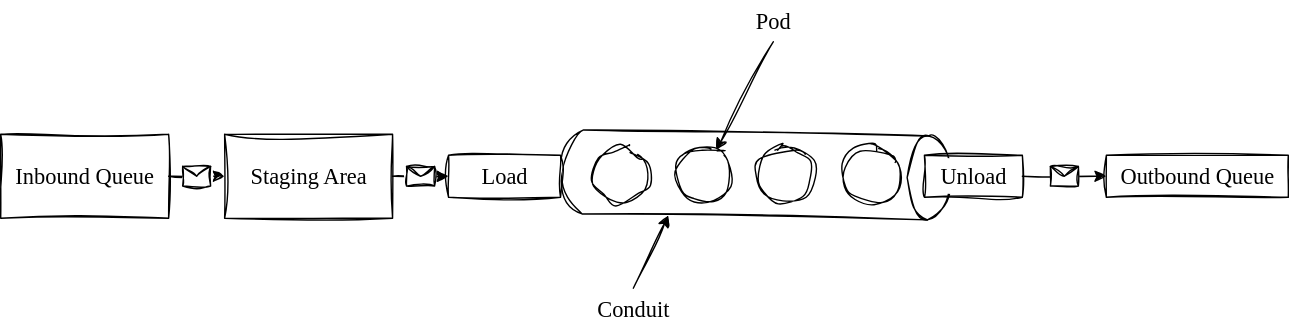
Before: docs/assets/images/srloader-Conduit.drawio.svg, a diagram exported from draw.io (calhuskerfan/calhuskerfan.github.io). Source tidied: cells renumbered, new cells last; positions are measured from the earlier drawing's top-left corner, leaving out a move shared by most shapes. Its diagram source:
```xml
<mxGraphModel>
  <root>
    <mxCell id="0" />
    <mxCell id="1" parent="0" />
    <mxCell id="2" style="shape=cylinder3;whiteSpace=wrap;html=1;boundedLbl=1;backgroundOutline=1;size=15;rotation=91;sketch=1;curveFitting=1;jiggle=2;fontSize=16;" parent="1" vertex="1">
      <mxGeometry x="509.3" width="60" height="276.8" as="geometry" />
    </mxCell>
    <mxCell id="3" value="Inbound Queue" style="rounded=0;whiteSpace=wrap;html=1;fontFamily=Comic Sans MS;fontSize=16;sketch=1;curveFitting=1;jiggle=2;" parent="1" vertex="1">
      <mxGeometry y="109.3" width="120" height="60" as="geometry" />
    </mxCell>
    <mxCell id="4" value="Staging Area" style="rounded=0;whiteSpace=wrap;html=1;fontFamily=Comic Sans MS;fontSize=16;sketch=1;curveFitting=1;jiggle=2;" parent="1" vertex="1">
      <mxGeometry x="160" y="109.3" width="120" height="60" as="geometry" />
    </mxCell>
    <mxCell id="5" value="Outbound Queue" style="rounded=0;whiteSpace=wrap;html=1;fontFamily=Comic Sans MS;fontSize=16;sketch=1;curveFitting=1;jiggle=2;" parent="1" vertex="1">
      <mxGeometry x="790" y="124.3" width="130" height="30" as="geometry" />
    </mxCell>
    <mxCell id="6" style="ellipse;whiteSpace=wrap;html=1;fontFamily=Comic Sans MS;fontSize=16;sketch=1;curveFitting=1;jiggle=2;" parent="1" vertex="1">
      <mxGeometry x="482" y="118.3" width="40" height="40" as="geometry" />
    </mxCell>
    <mxCell id="7" style="ellipse;whiteSpace=wrap;html=1;fontFamily=Comic Sans MS;fontSize=16;sketch=1;curveFitting=1;jiggle=2;" parent="1" vertex="1">
      <mxGeometry x="422" y="118.3" width="40" height="40" as="geometry" />
    </mxCell>
    <mxCell id="8" style="ellipse;whiteSpace=wrap;html=1;fontFamily=Comic Sans MS;fontSize=16;sketch=1;curveFitting=1;jiggle=2;" parent="1" vertex="1">
      <mxGeometry x="602" y="118.3" width="40" height="40" as="geometry" />
    </mxCell>
    <mxCell id="9" style="ellipse;whiteSpace=wrap;html=1;fontFamily=Comic Sans MS;fontSize=16;sketch=1;curveFitting=1;jiggle=2;" parent="1" vertex="1">
      <mxGeometry x="540" y="118.2" width="42" height="40" as="geometry" />
    </mxCell>
    <mxCell id="10" value="Load" style="rounded=0;whiteSpace=wrap;html=1;fontFamily=Comic Sans MS;fontSize=16;sketch=1;curveFitting=1;jiggle=2;" parent="1" vertex="1">
      <mxGeometry x="320" y="124.3" width="80" height="30" as="geometry" />
    </mxCell>
    <mxCell id="11" value="Unload" style="rounded=0;whiteSpace=wrap;html=1;fontFamily=Comic Sans MS;fontSize=16;rotation=0;sketch=1;curveFitting=1;jiggle=2;" parent="1" vertex="1">
      <mxGeometry x="660" y="124.3" width="70" height="30" as="geometry" />
    </mxCell>
    <mxCell id="12" value="Conduit" style="text;html=1;align=center;verticalAlign=middle;whiteSpace=wrap;rounded=0;sketch=1;curveFitting=1;jiggle=2;fontFamily=Comic Sans MS;fontSize=16;" parent="1" vertex="1">
      <mxGeometry x="422" y="219.3" width="60" height="30" as="geometry" />
    </mxCell>
    <mxCell id="13" value="Pod" style="text;html=1;align=center;verticalAlign=middle;whiteSpace=wrap;rounded=0;sketch=1;curveFitting=1;jiggle=2;fontFamily=Comic Sans MS;fontSize=16;" parent="1" vertex="1">
      <mxGeometry x="522" y="13.3" width="60" height="30" as="geometry" />
    </mxCell>
    <mxCell id="14" style="endArrow=classic;html=1;rounded=0;exitX=0.5;exitY=1;exitDx=0;exitDy=0;sketch=1;curveFitting=1;jiggle=2;fontFamily=Comic Sans MS;fontSize=16;" parent="1" edge="1" source="13" target="6">
      <mxGeometry relative="1" as="geometry" />
    </mxCell>
    <mxCell id="15" style="endArrow=classic;html=1;rounded=0;exitX=1;exitY=0.5;exitDx=0;exitDy=0;sketch=1;curveFitting=1;jiggle=2;fontFamily=Comic Sans MS;fontSize=16;" parent="1" edge="1" source="3" target="4">
      <mxGeometry relative="1" as="geometry" />
    </mxCell>
    <mxCell id="16" style="shape=message;html=1;sketch=1;curveFitting=1;jiggle=2;fontFamily=Comic Sans MS;fontSize=16;" parent="15" vertex="1">
      <mxGeometry width="20" height="14" relative="1" as="geometry">
        <mxPoint x="-10" y="-7" as="offset" />
      </mxGeometry>
    </mxCell>
    <mxCell id="17" style="endArrow=classic;html=1;rounded=0;exitX=1;exitY=0.5;exitDx=0;exitDy=0;entryX=0;entryY=0.5;entryDx=0;entryDy=0;sketch=1;curveFitting=1;jiggle=2;fontFamily=Comic Sans MS;fontSize=16;" parent="1" edge="1" source="4" target="10">
      <mxGeometry relative="1" as="geometry" />
    </mxCell>
    <mxCell id="18" style="shape=message;html=1;sketch=1;curveFitting=1;jiggle=2;fontFamily=Comic Sans MS;fontSize=16;" parent="17" vertex="1">
      <mxGeometry width="20" height="14" relative="1" as="geometry">
        <mxPoint x="-10" y="-7" as="offset" />
      </mxGeometry>
    </mxCell>
    <mxCell id="19" style="endArrow=classic;html=1;rounded=0;entryX=0;entryY=0.5;entryDx=0;entryDy=0;exitX=1;exitY=0.5;exitDx=0;exitDy=0;sketch=1;curveFitting=1;jiggle=2;fontFamily=Comic Sans MS;fontSize=16;" parent="1" edge="1" source="11" target="5">
      <mxGeometry relative="1" as="geometry" />
    </mxCell>
    <mxCell id="20" style="shape=message;html=1;sketch=1;curveFitting=1;jiggle=2;fontFamily=Comic Sans MS;fontSize=16;" parent="19" vertex="1">
      <mxGeometry width="20" height="14" relative="1" as="geometry">
        <mxPoint x="-10" y="-7" as="offset" />
      </mxGeometry>
    </mxCell>
    <mxCell id="21" style="endArrow=classic;html=1;rounded=0;exitX=0.5;exitY=0;exitDx=0;exitDy=0;entryX=1;entryY=0;entryDx=0;entryDy=200.0625;entryPerimeter=0;sketch=1;curveFitting=1;jiggle=2;" parent="1" edge="1" source="12" target="2">
      <mxGeometry relative="1" as="geometry" />
    </mxCell>
  </root>
</mxGraphModel>
```
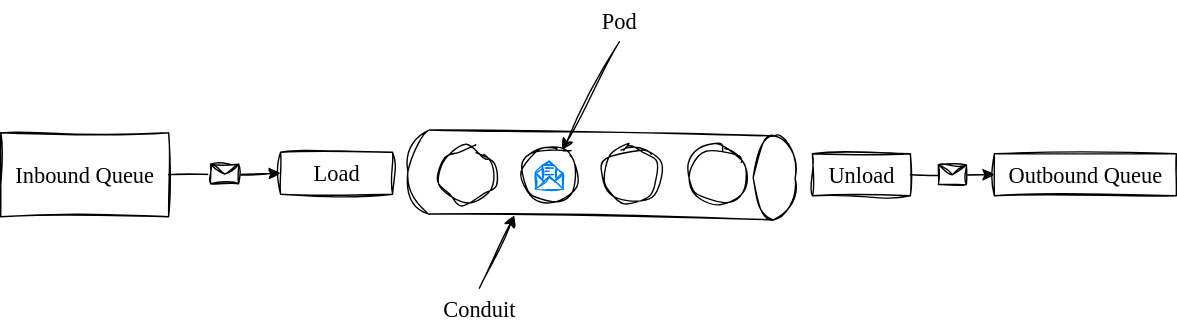
Above is the later version.

The edit, as a diff of the source:
```diff
@@ -6,13 +6,10 @@
       <mxGeometry x="509.3" width="60" height="276.8" as="geometry" />
     </mxCell>
     <mxCell id="3" value="Inbound Queue" style="rounded=0;whiteSpace=wrap;html=1;fontFamily=Comic Sans MS;fontSize=16;sketch=1;curveFitting=1;jiggle=2;" parent="1" vertex="1">
-      <mxGeometry y="109.3" width="120" height="60" as="geometry" />
+      <mxGeometry x="110" y="108.3" width="120" height="60" as="geometry" />
     </mxCell>
-    <mxCell id="4" value="Staging Area" style="rounded=0;whiteSpace=wrap;html=1;fontFamily=Comic Sans MS;fontSize=16;sketch=1;curveFitting=1;jiggle=2;" parent="1" vertex="1">
-      <mxGeometry x="160" y="109.3" width="120" height="60" as="geometry" />
-    </mxCell>
     <mxCell id="5" value="Outbound Queue" style="rounded=0;whiteSpace=wrap;html=1;fontFamily=Comic Sans MS;fontSize=16;sketch=1;curveFitting=1;jiggle=2;" parent="1" vertex="1">
-      <mxGeometry x="790" y="124.3" width="130" height="30" as="geometry" />
+      <mxGeometry x="820" y="123.3" width="130" height="30" as="geometry" />
     </mxCell>
     <mxCell id="6" style="ellipse;whiteSpace=wrap;html=1;fontFamily=Comic Sans MS;fontSize=16;sketch=1;curveFitting=1;jiggle=2;" parent="1" vertex="1">
       <mxGeometry x="482" y="118.3" width="40" height="40" as="geometry" />
@@ -27,10 +24,10 @@
       <mxGeometry x="540" y="118.2" width="42" height="40" as="geometry" />
     </mxCell>
     <mxCell id="10" value="Load" style="rounded=0;whiteSpace=wrap;html=1;fontFamily=Comic Sans MS;fontSize=16;sketch=1;curveFitting=1;jiggle=2;" parent="1" vertex="1">
-      <mxGeometry x="320" y="124.3" width="80" height="30" as="geometry" />
+      <mxGeometry x="310" y="122.2" width="80" height="30" as="geometry" />
     </mxCell>
     <mxCell id="11" value="Unload" style="rounded=0;whiteSpace=wrap;html=1;fontFamily=Comic Sans MS;fontSize=16;rotation=0;sketch=1;curveFitting=1;jiggle=2;" parent="1" vertex="1">
-      <mxGeometry x="660" y="124.3" width="70" height="30" as="geometry" />
+      <mxGeometry x="690" y="123.3" width="70" height="30" as="geometry" />
     </mxCell>
     <mxCell id="12" value="Conduit" style="text;html=1;align=center;verticalAlign=middle;whiteSpace=wrap;rounded=0;sketch=1;curveFitting=1;jiggle=2;fontFamily=Comic Sans MS;fontSize=16;" parent="1" vertex="1">
       <mxGeometry x="422" y="219.3" width="60" height="30" as="geometry" />
@@ -41,15 +38,7 @@
     <mxCell id="14" style="endArrow=classic;html=1;rounded=0;exitX=0.5;exitY=1;exitDx=0;exitDy=0;sketch=1;curveFitting=1;jiggle=2;fontFamily=Comic Sans MS;fontSize=16;" parent="1" edge="1" source="13" target="6">
       <mxGeometry relative="1" as="geometry" />
     </mxCell>
-    <mxCell id="15" style="endArrow=classic;html=1;rounded=0;exitX=1;exitY=0.5;exitDx=0;exitDy=0;sketch=1;curveFitting=1;jiggle=2;fontFamily=Comic Sans MS;fontSize=16;" parent="1" edge="1" source="3" target="4">
-      <mxGeometry relative="1" as="geometry" />
-    </mxCell>
-    <mxCell id="16" style="shape=message;html=1;sketch=1;curveFitting=1;jiggle=2;fontFamily=Comic Sans MS;fontSize=16;" parent="15" vertex="1">
-      <mxGeometry width="20" height="14" relative="1" as="geometry">
-        <mxPoint x="-10" y="-7" as="offset" />
-      </mxGeometry>
-    </mxCell>
-    <mxCell id="17" style="endArrow=classic;html=1;rounded=0;exitX=1;exitY=0.5;exitDx=0;exitDy=0;entryX=0;entryY=0.5;entryDx=0;entryDy=0;sketch=1;curveFitting=1;jiggle=2;fontFamily=Comic Sans MS;fontSize=16;" parent="1" edge="1" source="4" target="10">
+    <mxCell id="17" style="endArrow=classic;html=1;rounded=0;entryX=0;entryY=0.5;entryDx=0;entryDy=0;sketch=1;curveFitting=1;jiggle=2;fontFamily=Comic Sans MS;fontSize=16;exitX=1;exitY=0.5;exitDx=0;exitDy=0;" parent="1" edge="1" source="3" target="10">
       <mxGeometry relative="1" as="geometry" />
     </mxCell>
     <mxCell id="18" style="shape=message;html=1;sketch=1;curveFitting=1;jiggle=2;fontFamily=Comic Sans MS;fontSize=16;" parent="17" vertex="1">
@@ -68,5 +57,8 @@
     <mxCell id="21" style="endArrow=classic;html=1;rounded=0;exitX=0.5;exitY=0;exitDx=0;exitDy=0;entryX=1;entryY=0;entryDx=0;entryDy=200.0625;entryPerimeter=0;sketch=1;curveFitting=1;jiggle=2;" parent="1" edge="1" source="12" target="2">
       <mxGeometry relative="1" as="geometry" />
     </mxCell>
+    <mxCell id="22" style="html=1;verticalLabelPosition=bottom;align=center;labelBackgroundColor=#ffffff;verticalAlign=top;strokeWidth=1;strokeColor=#0080F0;shadow=0;dashed=0;shape=mxgraph.ios7.icons.envelope_(message);sketch=1;curveFitting=1;jiggle=2;" parent="1" vertex="1">
+      <mxGeometry x="492" y="128.4" width="20" height="20" as="geometry" />
+    </mxCell>
   </root>
 </mxGraphModel>
```
